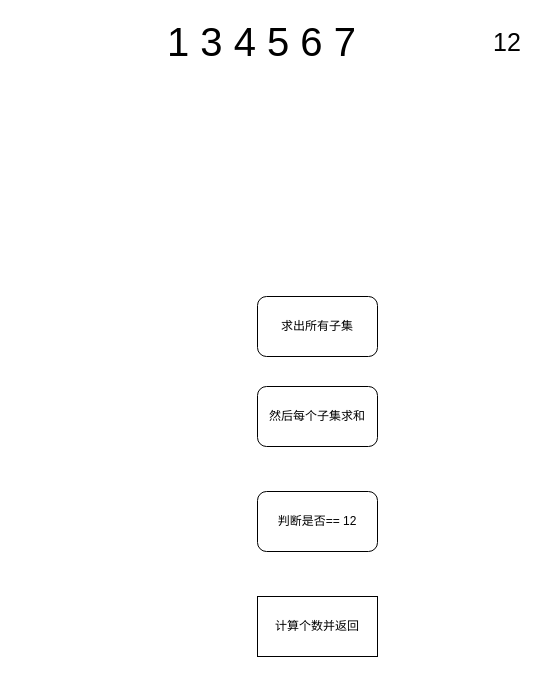
The draw.io diagram 算法的思路图/未命名绘图.drawio in sichuanji/diagram, before the edit. Source tidied: cells renumbered, new cells numbered last; positions are measured from the earlier drawing's top-left corner, leaving out a move shared by most shapes. Both pictures are drawn from the tidied source at 100%, with x=0, y=0 at pixel (77, 26).
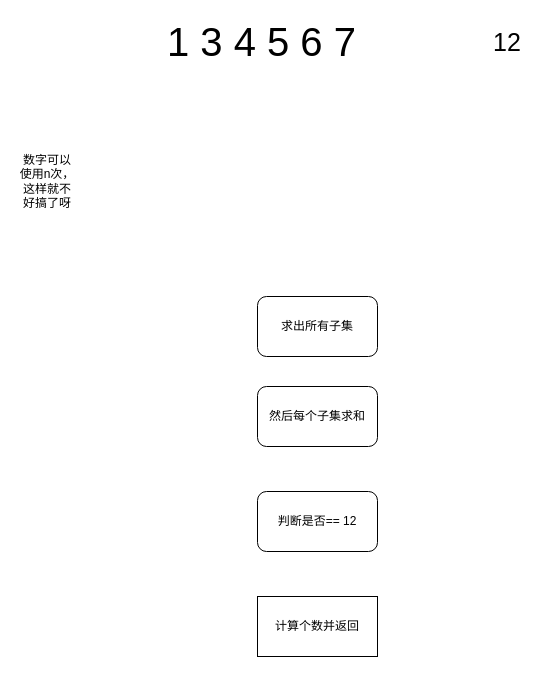
After the change.

Commit message:
更新未命名绘图.drawio

Change to the diagram source:
```diff
@@
 <mxGraphModel>
   <root>
     <mxCell id="0" />
     <mxCell id="1" parent="0" />
     <mxCell id="2" value="&lt;font style=&quot;font-size: 40px;&quot;&gt;&amp;nbsp;1 3 4 5 6 7&amp;nbsp;&amp;nbsp;&lt;/font&gt;" style="text;html=1;strokeColor=none;fillColor=none;align=center;verticalAlign=middle;whiteSpace=wrap;rounded=0;" parent="1" vertex="1">
       <mxGeometry width="380" height="30" as="geometry" />
     </mxCell>
     <mxCell id="3" value="&lt;font style=&quot;font-size: 25px;&quot;&gt;12&lt;/font&gt;" style="text;html=1;strokeColor=none;fillColor=none;align=center;verticalAlign=middle;whiteSpace=wrap;rounded=0;" parent="1" vertex="1">
       <mxGeometry x="400" width="60" height="30" as="geometry" />
     </mxCell>
     <mxCell id="4" value="求出所有子集" style="rounded=1;whiteSpace=wrap;html=1;" parent="1" vertex="1">
       <mxGeometry x="180" y="270" width="120" height="60" as="geometry" />
     </mxCell>
     <mxCell id="5" value="然后每个子集求和" style="rounded=1;whiteSpace=wrap;html=1;" parent="1" vertex="1">
       <mxGeometry x="180" y="360" width="120" height="60" as="geometry" />
     </mxCell>
     <mxCell id="6" value="判断是否== 12" style="rounded=1;whiteSpace=wrap;html=1;" parent="1" vertex="1">
       <mxGeometry x="180" y="465" width="120" height="60" as="geometry" />
     </mxCell>
     <mxCell id="7" value="计算个数并返回" style="rounded=0;whiteSpace=wrap;html=1;" parent="1" vertex="1">
       <mxGeometry x="180" y="570" width="120" height="60" as="geometry" />
     </mxCell>
+    <mxCell id="8" value="数字可以使用n次，这样就不好搞了呀&lt;br&gt;" style="text;html=1;strokeColor=none;fillColor=none;align=center;verticalAlign=middle;whiteSpace=wrap;rounded=0;" parent="1" vertex="1">
+      <mxGeometry x="-60" y="140" width="60" height="30" as="geometry" />
+    </mxCell>
   </root>
 </mxGraphModel>
```
